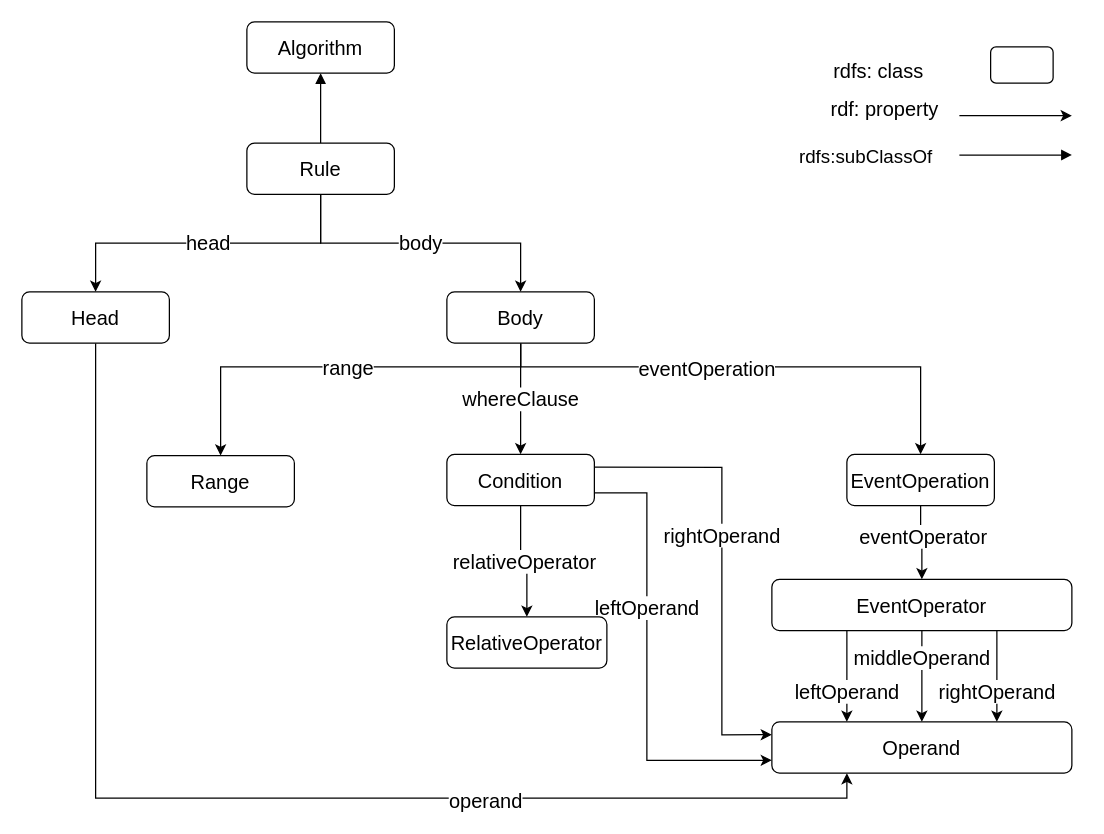
Above: Untitled Diagram.drawio in Haoyu-R/appendix (draw.io), before the change. Source tidied: cells renumbered, new cells numbered last; positions are measured from the earlier drawing's top-left corner, leaving out a move shared by most shapes. Both pictures are drawn from the tidied source at 125%, with x=0, y=0 at pixel (21, 21).
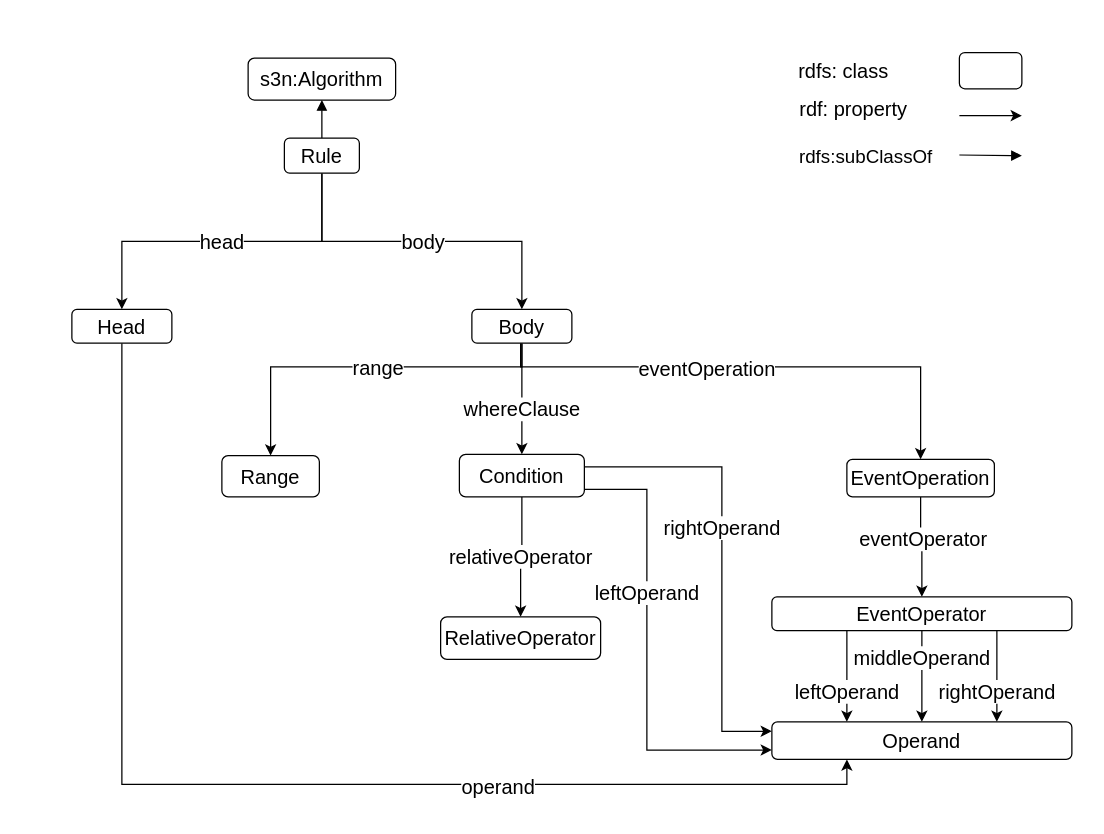
The same diagram, later.

Diff of the diagram source:
```diff
@@
     <mxCell id="5" value="Rule" style="rounded=1;whiteSpace=wrap;html=1;fontSize=16;" parent="1" vertex="1">
-      <mxGeometry x="180" y="97" width="118" height="41" as="geometry" />
+      <mxGeometry x="210" y="93" width="60" height="28" as="geometry" />
     </mxCell>
@@
     <mxCell id="8" value="Head" style="rounded=1;whiteSpace=wrap;html=1;fontSize=16;" parent="1" vertex="1">
-      <mxGeometry y="216" width="118" height="41" as="geometry" />
+      <mxGeometry x="40" y="230" width="80" height="27" as="geometry" />
     </mxCell>
@@
     <mxCell id="11" value="whereClause" style="edgeStyle=orthogonalEdgeStyle;rounded=0;jettySize=auto;html=1;exitX=0.5;exitY=1;exitDx=0;exitDy=0;entryX=0.5;entryY=0;entryDx=0;entryDy=0;fontSize=16;" parent="1" edge="1" source="14" target="21">
-      <mxGeometry relative="1" as="geometry" />
+      <mxGeometry x="0.19" relative="1" as="geometry" />
     </mxCell>
-    <mxCell id="12" style="edgeStyle=orthogonalEdgeStyle;rounded=0;jettySize=auto;html=1;exitX=0.5;exitY=1;exitDx=0;exitDy=0;fontSize=16;" parent="1" edge="1" source="14" target="22">
+    <mxCell id="12" style="edgeStyle=orthogonalEdgeStyle;rounded=0;jettySize=auto;html=1;exitX=0.5;exitY=1;exitDx=0;exitDy=0;fontSize=16;entryX=0.5;entryY=0;entryDx=0;entryDy=0;" parent="1" edge="1" source="14" target="22">
       <mxGeometry relative="1" as="geometry">
         <Array as="points">
           <mxPoint x="399" y="276" />
-          <mxPoint x="159" y="276" />
+          <mxPoint x="179" y="276" />
         </Array>
       </mxGeometry>
     </mxCell>
@@
     <mxCell id="14" value="Body" style="rounded=1;whiteSpace=wrap;html=1;fontSize=16;" parent="1" vertex="1">
-      <mxGeometry x="340" y="216" width="118" height="41" as="geometry" />
+      <mxGeometry x="360" y="230" width="80" height="27" as="geometry" />
     </mxCell>
@@
     <mxCell id="17" value="&lt;font style=&quot;font-size: 16px;&quot;&gt;EventOperation&lt;/font&gt;" style="rounded=1;whiteSpace=wrap;html=1;fontSize=16;" parent="1" vertex="1">
-      <mxGeometry x="660" y="346" width="118" height="41" as="geometry" />
+      <mxGeometry x="660" y="350" width="118" height="30" as="geometry" />
     </mxCell>
@@
     <mxCell id="19" value="leftOperand" style="edgeStyle=orthogonalEdgeStyle;rounded=0;jettySize=auto;html=1;exitX=1;exitY=0.75;exitDx=0;exitDy=0;entryX=0;entryY=0.75;entryDx=0;entryDy=0;fontSize=16;" parent="1" edge="1" source="21" target="28">
       <mxGeometry x="-0.25" relative="1" as="geometry">
         <Array as="points">
-          <mxPoint x="500" y="377" />
-          <mxPoint x="500" y="591" />
+          <mxPoint x="450" y="374" />
+          <mxPoint x="500" y="374" />
+          <mxPoint x="500" y="583" />
+          <mxPoint x="600" y="583" />
         </Array>
       </mxGeometry>
     </mxCell>
-    <mxCell id="20" value="rightOperand" style="edgeStyle=orthogonalEdgeStyle;rounded=0;jettySize=auto;html=1;exitX=1;exitY=0.25;exitDx=0;exitDy=0;entryX=0;entryY=0.25;entryDx=0;entryDy=0;fontSize=16;" parent="1" edge="1" source="21" target="28">
+    <mxCell id="20" value="rightOperand" style="edgeStyle=orthogonalEdgeStyle;rounded=0;jettySize=auto;html=1;exitX=1;exitY=0.25;exitDx=0;exitDy=0;fontSize=16;entryX=0;entryY=0.25;entryDx=0;entryDy=0;" parent="1" edge="1" source="21" target="28">
       <mxGeometry x="-0.12" relative="1" as="geometry">
         <Array as="points">
+          <mxPoint x="458" y="356" />
           <mxPoint x="560" y="356" />
-          <mxPoint x="560" y="570" />
+          <mxPoint x="560" y="568" />
+          <mxPoint x="600" y="568" />
         </Array>
       </mxGeometry>
     </mxCell>
     <mxCell id="21" value="Condition" style="rounded=1;whiteSpace=wrap;html=1;fontSize=16;" parent="1" vertex="1">
-      <mxGeometry x="340" y="346" width="118" height="41" as="geometry" />
+      <mxGeometry x="350" y="346" width="100" height="34" as="geometry" />
     </mxCell>
     <mxCell id="22" value="Range" style="rounded=1;whiteSpace=wrap;html=1;fontSize=16;" parent="1" vertex="1">
-      <mxGeometry x="100" y="347" width="118" height="41" as="geometry" />
+      <mxGeometry x="160" y="347" width="78" height="33" as="geometry" />
     </mxCell>
@@
     <mxCell id="26" value="EventOperator" style="rounded=1;whiteSpace=wrap;html=1;fontSize=16;" parent="1" vertex="1">
-      <mxGeometry x="600" y="446" width="240" height="41" as="geometry" />
+      <mxGeometry x="600" y="460" width="240" height="27" as="geometry" />
     </mxCell>
     <mxCell id="27" value="RelativeOperator" style="rounded=1;whiteSpace=wrap;html=1;fontSize=16;" parent="1" vertex="1">
-      <mxGeometry x="340" y="476" width="128" height="41" as="geometry" />
+      <mxGeometry x="335" y="476" width="128" height="34" as="geometry" />
     </mxCell>
     <mxCell id="28" value="&lt;font style=&quot;font-size: 16px;&quot;&gt;Operand&lt;/font&gt;" style="rounded=1;whiteSpace=wrap;html=1;fontSize=16;" parent="1" vertex="1">
-      <mxGeometry x="600" y="560" width="240" height="41" as="geometry" />
+      <mxGeometry x="600" y="560" width="240" height="30" as="geometry" />
     </mxCell>
     <mxCell id="29" style="rounded=1;whiteSpace=wrap;html=1;fontSize=16;" parent="1" vertex="1">
-      <mxGeometry x="775" y="20" width="50" height="29" as="geometry" />
+      <mxGeometry x="750" y="24.5" width="50" height="29" as="geometry" />
     </mxCell>
     <mxCell id="30" value="rdfs: class" style="text;html=1;align=center;verticalAlign=middle;strokeColor=none;fontSize=16;" parent="1" vertex="1">
-      <mxGeometry x="640" y="29" width="90" height="20" as="geometry" />
+      <mxGeometry x="612" y="29" width="90" height="20" as="geometry" />
     </mxCell>
     <mxCell id="31" value="rdf: property" style="text;html=1;align=center;verticalAlign=middle;strokeColor=none;fontSize=16;" parent="1" vertex="1">
-      <mxGeometry x="640" y="60" width="100" height="20" as="geometry" />
+      <mxGeometry x="615" y="60" width="100" height="20" as="geometry" />
     </mxCell>
     <mxCell id="32" style="endArrow=classic;html=1;fontSize=16;" parent="1" edge="1">
       <mxGeometry relative="1" as="geometry">
         <mxPoint x="750" y="75" as="sourcePoint" />
-        <mxPoint x="840" y="75" as="targetPoint" />
+        <mxPoint x="800" y="75" as="targetPoint" />
       </mxGeometry>
     </mxCell>
-    <mxCell id="33" value="Algorithm" style="rounded=1;whiteSpace=wrap;html=1;fontSize=16;" parent="1" vertex="1">
-      <mxGeometry x="180" width="118" height="41" as="geometry" />
+    <mxCell id="33" value="s3n:Algorithm" style="rounded=1;whiteSpace=wrap;html=1;fontSize=16;" parent="1" vertex="1">
+      <mxGeometry x="181" y="29" width="118" height="33.5" as="geometry" />
     </mxCell>
@@
     <mxCell id="35" style="endArrow=block;html=1;fontSize=16;endFill=1;" parent="1" edge="1">
       <mxGeometry relative="1" as="geometry">
         <mxPoint x="750" y="106.5" as="sourcePoint" />
-        <mxPoint x="840" y="106.5" as="targetPoint" />
+        <mxPoint x="800" y="107" as="targetPoint" />
       </mxGeometry>
     </mxCell>
```
